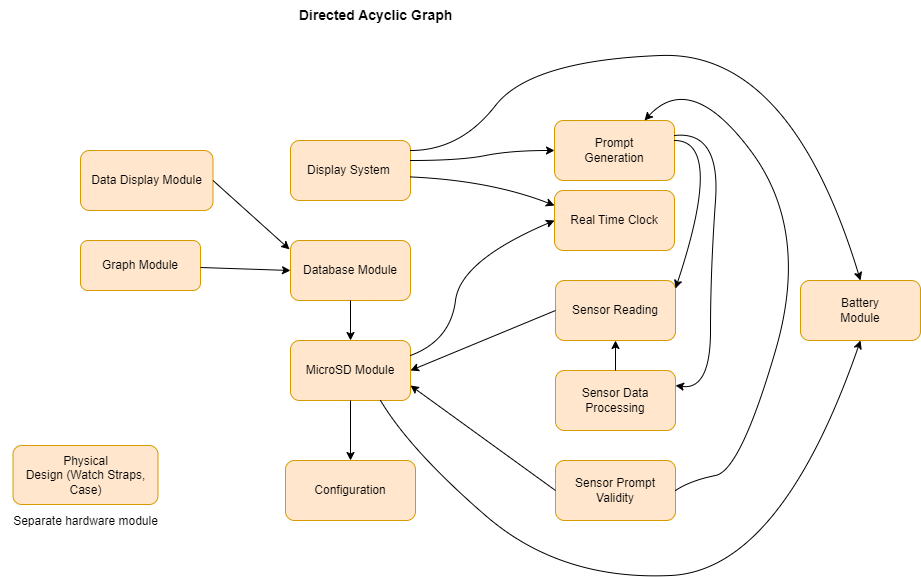
The draw.io diagram docs/Design/SoftArchitecture/DAG.png in zakerl/Capstone_Project, before a commit. Source tidied: cells renumbered, new cells last; positions are measured from the earlier drawing's top-left corner, leaving out a move shared by most shapes.
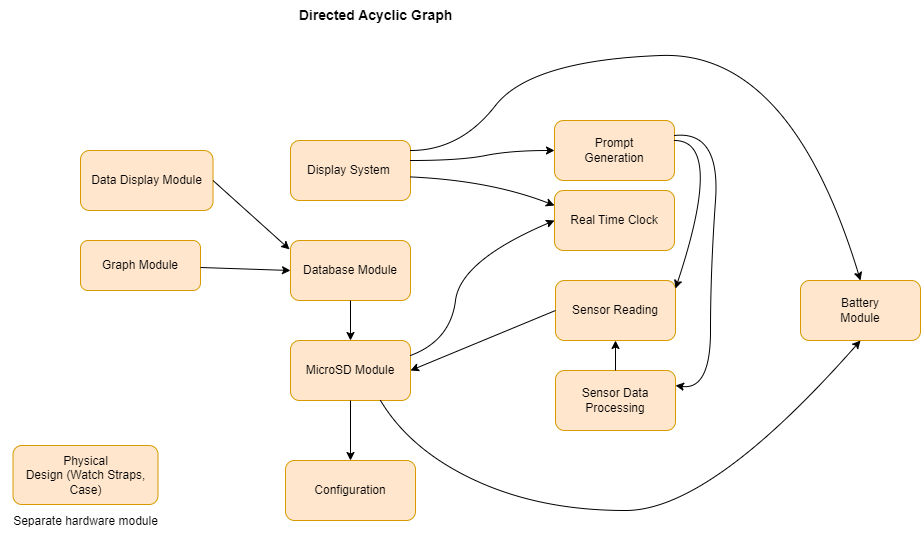
Above is the later version.

Diff of the diagram source:
```diff
@@ -67,9 +67,6 @@
     <mxCell id="17" value="Sensor Data Processing" style="rounded=1;whiteSpace=wrap;html=1;fillColor=#ffe6cc;strokeColor=#d79b00;" parent="1" vertex="1">
       <mxGeometry x="555" y="370" width="120" height="60" as="geometry" />
     </mxCell>
-    <mxCell id="18" value="Sensor Prompt Validity" style="rounded=1;whiteSpace=wrap;html=1;fillColor=#ffe6cc;strokeColor=#d79b00;" parent="1" vertex="1">
-      <mxGeometry x="555" y="460" width="120" height="60" as="geometry" />
-    </mxCell>
     <mxCell id="19" value="Data Display Module" style="rounded=1;whiteSpace=wrap;html=1;fillColor=#ffe6cc;strokeColor=#d79b00;" parent="1" vertex="1">
       <mxGeometry x="80" y="150" width="132.5" height="60" as="geometry" />
     </mxCell>
@@ -107,25 +104,12 @@
         </Array>
       </mxGeometry>
     </mxCell>
-    <mxCell id="26" style="curved=1;endArrow=classic;html=1;rounded=0;exitX=1;exitY=0.5;exitDx=0;exitDy=0;entryX=0.75;entryY=0;entryDx=0;entryDy=0;" parent="1" edge="1" source="18" target="6">
-      <mxGeometry relative="1" as="geometry">
-        <Array as="points">
-          <mxPoint x="690" y="480" />
-          <mxPoint x="740" y="470" />
-          <mxPoint x="810" y="230" />
-          <mxPoint x="690" y="70" />
-        </Array>
-      </mxGeometry>
-    </mxCell>
     <mxCell id="27" style="endArrow=classic;html=1;rounded=0;entryX=1;entryY=0.5;entryDx=0;entryDy=0;exitX=0;exitY=0.5;exitDx=0;exitDy=0;" parent="1" edge="1" source="3" target="16">
       <mxGeometry relative="1" as="geometry" />
     </mxCell>
     <mxCell id="28" style="endArrow=classic;html=1;rounded=0;exitX=0.5;exitY=0;exitDx=0;exitDy=0;entryX=0.5;entryY=1;entryDx=0;entryDy=0;" parent="1" edge="1" source="17" target="3">
       <mxGeometry relative="1" as="geometry" />
     </mxCell>
-    <mxCell id="29" style="endArrow=classic;html=1;rounded=0;exitX=0;exitY=0.5;exitDx=0;exitDy=0;entryX=1;entryY=0.75;entryDx=0;entryDy=0;" parent="1" edge="1" source="18" target="16">
-      <mxGeometry relative="1" as="geometry" />
-    </mxCell>
     <mxCell id="30" style="endArrow=classic;html=1;rounded=0;entryX=-0.008;entryY=0.148;entryDx=0;entryDy=0;exitX=1;exitY=0.5;exitDx=0;exitDy=0;entryPerimeter=0;" parent="1" edge="1" source="19" target="4">
       <mxGeometry relative="1" as="geometry" />
     </mxCell>
@@ -133,8 +117,8 @@
       <mxGeometry relative="1" as="geometry">
         <Array as="points">
           <mxPoint x="410" y="450" />
-          <mxPoint x="560" y="580" />
-          <mxPoint x="780" y="570" />
+          <mxPoint x="540" y="510" />
+          <mxPoint x="710" y="510" />
         </Array>
       </mxGeometry>
     </mxCell>
```
